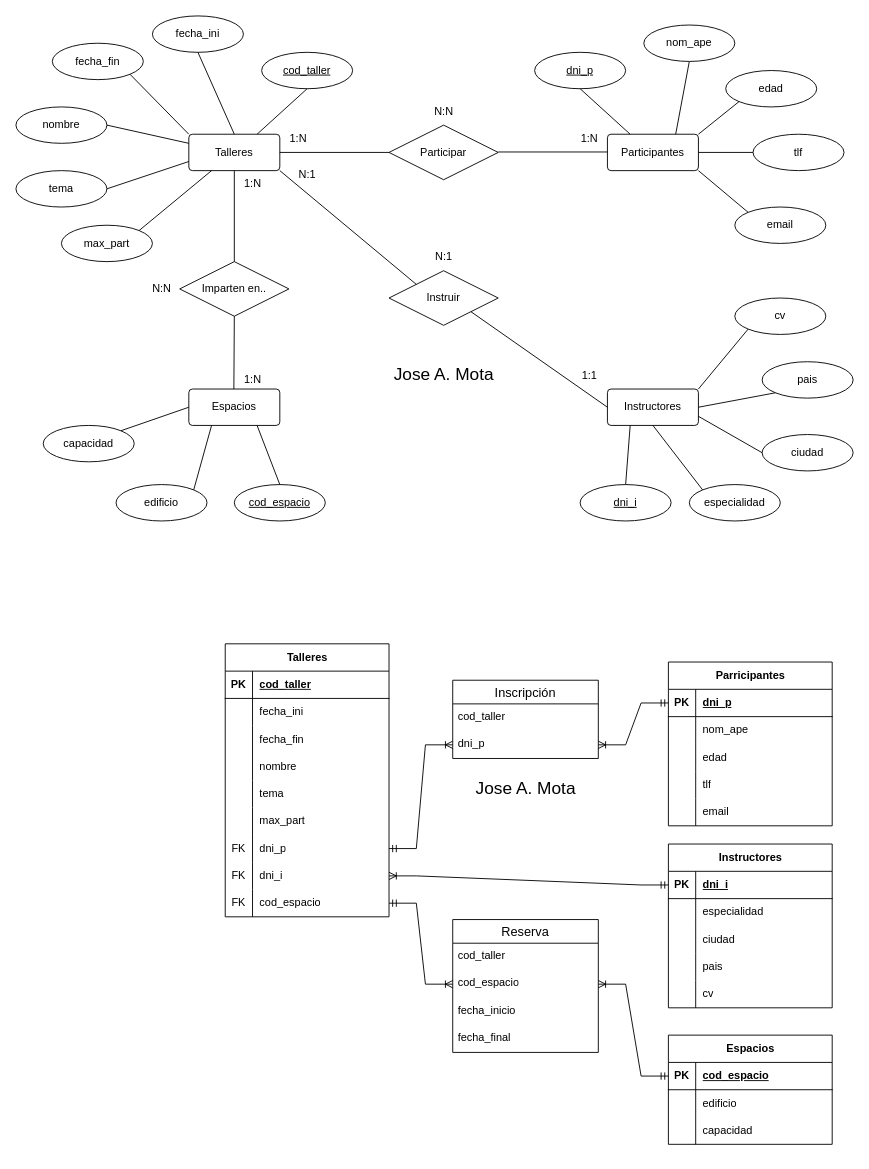
Earlier version of the draw.io diagram Diagrama sin título.drawio (Mokius02/basesdedatos). Source tidied: cells renumbered, new cells numbered last; positions are measured from the earlier drawing's top-left corner, leaving out a move shared by most shapes. Both pictures are drawn from the tidied source at 91%, with x=0, y=0 at pixel (15, 15).
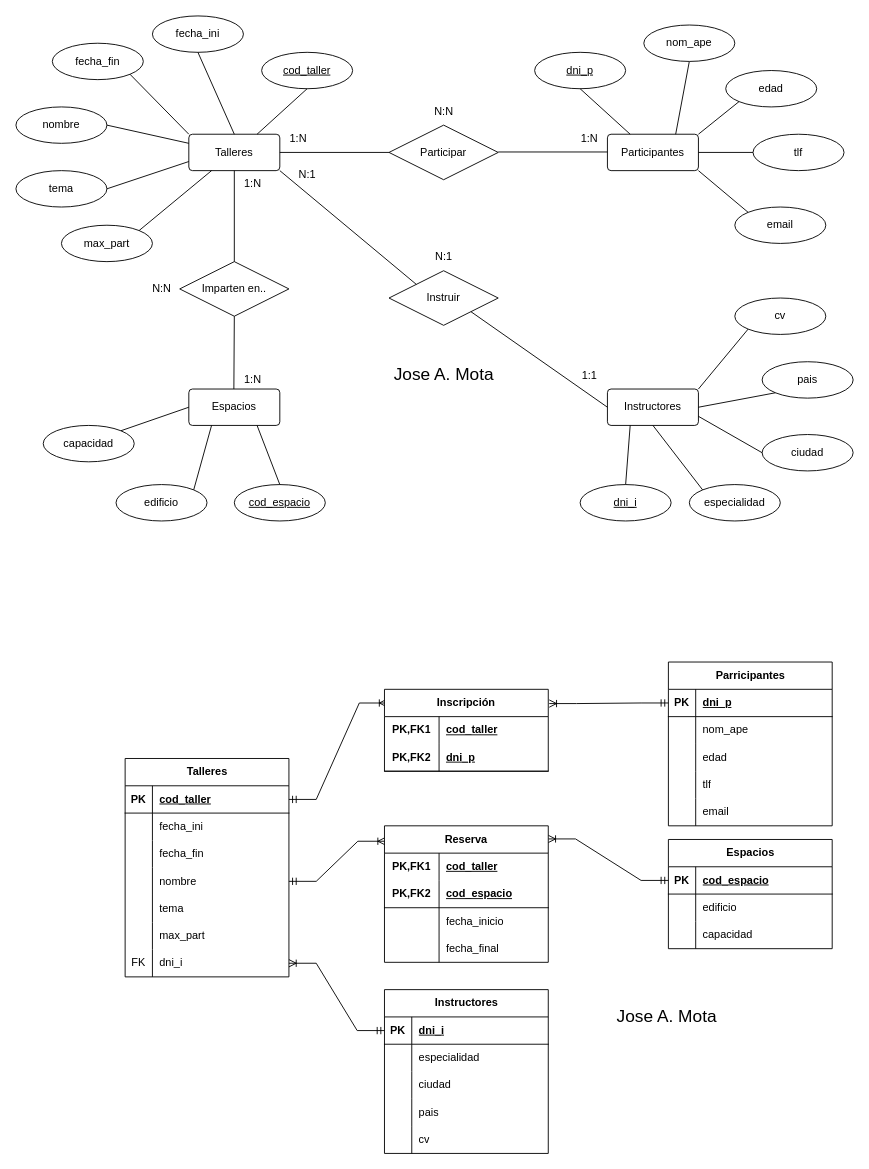
Above is the later version.

The change refers to these unchanged cells:
```xml
<mxCell id="63" style="shape=tableRow;horizontal=0;startSize=0;swimlaneHead=0;swimlaneBody=0;fillColor=none;points=[[0,0.5],[1,0.5]];portConstraint=eastwest;top=0;left=0;right=0;bottom=1;" parent="62" vertex="1">
  <mxGeometry y="30" width="180" height="30" as="geometry" />
</mxCell>
<mxCell id="72" style="shape=tableRow;horizontal=0;startSize=0;swimlaneHead=0;swimlaneBody=0;fillColor=none;points=[[0,0.5],[1,0.5]];portConstraint=eastwest;top=0;left=0;right=0;bottom=0;" parent="62" vertex="1">
  <mxGeometry y="120" width="180" height="30" as="geometry" />
</mxCell>
<mxCell id="91" style="shape=tableRow;horizontal=0;startSize=0;swimlaneHead=0;swimlaneBody=0;fillColor=none;points=[[0,0.5],[1,0.5]];portConstraint=eastwest;top=0;left=0;right=0;bottom=1;" parent="90" vertex="1">
  <mxGeometry y="30" width="180" height="30" as="geometry" />
</mxCell>
<mxCell id="123" style="shape=tableRow;horizontal=0;startSize=0;swimlaneHead=0;swimlaneBody=0;fillColor=none;points=[[0,0.5],[1,0.5]];portConstraint=eastwest;top=0;left=0;right=0;bottom=1;" parent="122" vertex="1">
  <mxGeometry y="30" width="180" height="30" as="geometry" />
</mxCell>
```

The edit, as a diff of the source:
```diff
@@
     <mxCell id="62" value="Talleres" style="shape=table;startSize=30;childLayout=tableLayout;rowLines=0;fontStyle=1;align=center;html=1;" parent="1" vertex="1">
-      <mxGeometry x="230" y="690" width="180" height="300" as="geometry" />
+      <mxGeometry x="120" y="816" width="180" height="240" as="geometry" />
     </mxCell>
@@
-    <mxCell id="81" style="shape=tableRow;horizontal=0;startSize=0;swimlaneHead=0;swimlaneBody=0;fillColor=none;points=[[0,0.5],[1,0.5]];portConstraint=eastwest;top=0;left=0;right=0;bottom=0;" parent="62" vertex="1">
-      <mxGeometry y="210" width="180" height="30" as="geometry" />
-    </mxCell>
-    <mxCell id="82" value="FK" style="shape=partialRectangle;fillColor=none;top=0;left=0;bottom=0;right=0;overflow=hidden;whiteSpace=wrap;html=1;" parent="81" vertex="1">
-      <mxGeometry width="30" height="30" as="geometry" />
-    </mxCell>
-    <mxCell id="83" value="dni_p" style="shape=partialRectangle;fillColor=none;top=0;left=0;bottom=0;right=0;align=left;spacingLeft=6;overflow=hidden;whiteSpace=wrap;html=1;" parent="81" vertex="1">
-      <mxGeometry x="30" width="150" height="30" as="geometry" />
-    </mxCell>
     <mxCell id="84" style="shape=tableRow;horizontal=0;startSize=0;swimlaneHead=0;swimlaneBody=0;fillColor=none;points=[[0,0.5],[1,0.5]];portConstraint=eastwest;top=0;left=0;right=0;bottom=0;" parent="62" vertex="1">
-      <mxGeometry y="240" width="180" height="30" as="geometry" />
+      <mxGeometry y="210" width="180" height="30" as="geometry" />
     </mxCell>
@@
-    <mxCell id="87" style="shape=tableRow;horizontal=0;startSize=0;swimlaneHead=0;swimlaneBody=0;fillColor=none;points=[[0,0.5],[1,0.5]];portConstraint=eastwest;top=0;left=0;right=0;bottom=0;" parent="62" vertex="1">
-      <mxGeometry y="270" width="180" height="30" as="geometry" />
-    </mxCell>
-    <mxCell id="88" value="FK" style="shape=partialRectangle;fillColor=none;top=0;left=0;bottom=0;right=0;overflow=hidden;whiteSpace=wrap;html=1;" parent="87" vertex="1">
-      <mxGeometry width="30" height="30" as="geometry" />
-    </mxCell>
-    <mxCell id="89" value="cod_espacio" style="shape=partialRectangle;fillColor=none;top=0;left=0;bottom=0;right=0;align=left;spacingLeft=6;overflow=hidden;whiteSpace=wrap;html=1;" parent="87" vertex="1">
-      <mxGeometry x="30" width="150" height="30" as="geometry" />
-    </mxCell>
@@
     <mxCell id="106" value="Instructores" style="shape=table;startSize=30;childLayout=tableLayout;rowLines=0;fontStyle=1;align=center;html=1;" parent="1" vertex="1">
-      <mxGeometry x="717" y="910" width="180" height="180" as="geometry" />
+      <mxGeometry x="405" y="1070" width="180" height="180" as="geometry" />
     </mxCell>
@@
     <mxCell id="122" value="Espacios" style="shape=table;startSize=30;childLayout=tableLayout;rowLines=0;fontStyle=1;align=center;html=1;" parent="1" vertex="1">
-      <mxGeometry x="717" y="1120" width="180" height="120" as="geometry" />
+      <mxGeometry x="717" y="905" width="180" height="120" as="geometry" />
     </mxCell>
@@
     <mxCell id="134" value="&lt;font style=&quot;font-size: 19px;&quot;&gt;Jose A. Mota&lt;/font&gt;" style="text;html=1;align=center;verticalAlign=middle;strokeColor=none;fillColor=none;" parent="1" vertex="1">
-      <mxGeometry x="495" y="830" width="130" height="40" as="geometry" />
+      <mxGeometry x="650" y="1080" width="130" height="40" as="geometry" />
     </mxCell>
-    <mxCell id="135" value="Inscripción" style="swimlane;fontStyle=0;horizontal=1;startSize=26;align=center;fontSize=14;" parent="1" vertex="1">
-      <mxGeometry x="480" y="730" width="160" height="86" as="geometry" />
-    </mxCell>
-    <mxCell id="136" value="cod_taller" style="text;strokeColor=none;fillColor=none;spacingLeft=4;spacingRight=4;overflow=hidden;fontSize=12;whiteSpace=wrap;html=1;" parent="135" vertex="1">
-      <mxGeometry y="26" width="160" height="30" as="geometry" />
-    </mxCell>
-    <mxCell id="137" value="dni_p" style="text;strokeColor=none;fillColor=none;spacingLeft=4;spacingRight=4;overflow=hidden;points=[[0,0.5],[1,0.5]];portConstraint=eastwest;fontSize=12;whiteSpace=wrap;html=1;" parent="135" vertex="1">
-      <mxGeometry y="56" width="160" height="30" as="geometry" />
-    </mxCell>
-    <mxCell id="138" style="edgeStyle=entityRelationEdgeStyle;fontSize=12;html=1;endArrow=ERoneToMany;startArrow=ERmandOne;rounded=0;exitX=1;exitY=0.5;exitDx=0;exitDy=0;entryX=0;entryY=0.5;entryDx=0;entryDy=0;" parent="1" edge="1" source="81" target="137">
+    <mxCell id="138" style="edgeStyle=entityRelationEdgeStyle;fontSize=12;html=1;endArrow=ERoneToMany;startArrow=ERmandOne;rounded=0;exitX=1;exitY=0.5;exitDx=0;exitDy=0;entryX=0.013;entryY=0.167;entryDx=0;entryDy=0;entryPerimeter=0;" parent="1" edge="1" source="63" target="135">
       <mxGeometry relative="1" as="geometry" />
     </mxCell>
-    <mxCell id="139" style="edgeStyle=entityRelationEdgeStyle;fontSize=12;html=1;endArrow=ERoneToMany;startArrow=ERmandOne;rounded=0;exitX=0;exitY=0.5;exitDx=0;exitDy=0;entryX=1;entryY=0.5;entryDx=0;entryDy=0;" parent="1" edge="1" source="91" target="137">
+    <mxCell id="139" style="edgeStyle=entityRelationEdgeStyle;fontSize=12;html=1;endArrow=ERoneToMany;startArrow=ERmandOne;rounded=0;exitX=0;exitY=0.5;exitDx=0;exitDy=0;entryX=1.006;entryY=0.174;entryDx=0;entryDy=0;entryPerimeter=0;" parent="1" edge="1" source="91" target="135">
       <mxGeometry relative="1" as="geometry" />
     </mxCell>
-    <mxCell id="140" value="Reserva" style="swimlane;fontStyle=0;horizontal=1;startSize=26;align=center;fontSize=14;" parent="1" vertex="1">
-      <mxGeometry x="480" y="993" width="160" height="146" as="geometry" />
-    </mxCell>
-    <mxCell id="141" value="cod_taller" style="text;strokeColor=none;fillColor=none;spacingLeft=4;spacingRight=4;overflow=hidden;fontSize=12;whiteSpace=wrap;html=1;" parent="140" vertex="1">
-      <mxGeometry y="26" width="160" height="30" as="geometry" />
-    </mxCell>
-    <mxCell id="142" value="cod_espacio" style="text;strokeColor=none;fillColor=none;spacingLeft=4;spacingRight=4;overflow=hidden;points=[[0,0.5],[1,0.5]];portConstraint=eastwest;fontSize=12;whiteSpace=wrap;html=1;" parent="140" vertex="1">
-      <mxGeometry y="56" width="160" height="30" as="geometry" />
-    </mxCell>
-    <mxCell id="143" value="fecha_inicio" style="text;strokeColor=none;fillColor=none;spacingLeft=4;spacingRight=4;overflow=hidden;fontSize=12;whiteSpace=wrap;html=1;" parent="140" vertex="1">
-      <mxGeometry y="86" width="160" height="30" as="geometry" />
-    </mxCell>
-    <mxCell id="144" value="fecha_final" style="text;strokeColor=none;fillColor=none;spacingLeft=4;spacingRight=4;overflow=hidden;fontSize=12;whiteSpace=wrap;html=1;" parent="140" vertex="1">
-      <mxGeometry y="116" width="160" height="30" as="geometry" />
-    </mxCell>
-    <mxCell id="145" style="edgeStyle=entityRelationEdgeStyle;fontSize=12;html=1;endArrow=ERoneToMany;startArrow=ERmandOne;rounded=0;exitX=0;exitY=0.5;exitDx=0;exitDy=0;entryX=1;entryY=0.5;entryDx=0;entryDy=0;" parent="1" edge="1" source="123" target="142">
+    <mxCell id="145" style="edgeStyle=entityRelationEdgeStyle;fontSize=12;html=1;endArrow=ERoneToMany;startArrow=ERmandOne;rounded=0;exitX=0;exitY=0.5;exitDx=0;exitDy=0;entryX=1;entryY=0.096;entryDx=0;entryDy=0;entryPerimeter=0;" parent="1" edge="1" source="123" target="140">
       <mxGeometry relative="1" as="geometry" />
     </mxCell>
-    <mxCell id="146" style="edgeStyle=entityRelationEdgeStyle;fontSize=12;html=1;endArrow=ERoneToMany;startArrow=ERmandOne;rounded=0;exitX=1;exitY=0.5;exitDx=0;exitDy=0;entryX=0;entryY=0.5;entryDx=0;entryDy=0;" parent="1" edge="1" source="87" target="142">
+    <mxCell id="146" style="edgeStyle=entityRelationEdgeStyle;fontSize=12;html=1;endArrow=ERoneToMany;startArrow=ERmandOne;rounded=0;exitX=1;exitY=0.5;exitDx=0;exitDy=0;entryX=0.004;entryY=0.113;entryDx=0;entryDy=0;entryPerimeter=0;" parent="1" edge="1" source="72" target="140">
       <mxGeometry relative="1" as="geometry" />
     </mxCell>
+    <mxCell id="135" value="Inscripción" style="shape=table;startSize=30;childLayout=tableLayout;rowLines=0;fontStyle=1;align=center;html=1;whiteSpace=wrap;" parent="1" vertex="1">
+      <mxGeometry x="405" y="740" width="180" height="90" as="geometry" />
+    </mxCell>
+    <mxCell id="147" style="shape=tableRow;horizontal=0;startSize=0;swimlaneHead=0;swimlaneBody=0;fillColor=none;top=0;left=0;right=0;bottom=0;html=1;" parent="135" vertex="1">
+      <mxGeometry y="30" width="180" height="30" as="geometry" />
+    </mxCell>
+    <mxCell id="148" value="PK,FK1" style="shape=partialRectangle;fillColor=none;top=0;left=0;bottom=0;right=0;fontStyle=1;overflow=hidden;html=1;whiteSpace=wrap;" parent="147" vertex="1">
+      <mxGeometry width="60" height="30" as="geometry" />
+    </mxCell>
+    <mxCell id="149" value="cod_taller" style="shape=partialRectangle;fillColor=none;top=0;left=0;bottom=0;right=0;align=left;spacingLeft=6;fontStyle=5;overflow=hidden;html=1;whiteSpace=wrap;" parent="147" vertex="1">
+      <mxGeometry x="60" width="120" height="30" as="geometry" />
+    </mxCell>
+    <mxCell id="150" style="shape=tableRow;horizontal=0;startSize=0;swimlaneHead=0;swimlaneBody=0;fillColor=none;top=0;left=0;right=0;bottom=1;html=1;" parent="135" vertex="1">
+      <mxGeometry y="60" width="180" height="30" as="geometry" />
+    </mxCell>
+    <mxCell id="151" value="PK,FK2" style="shape=partialRectangle;fillColor=none;top=0;left=0;bottom=0;right=0;fontStyle=1;overflow=hidden;html=1;whiteSpace=wrap;" parent="150" vertex="1">
+      <mxGeometry width="60" height="30" as="geometry" />
+    </mxCell>
+    <mxCell id="152" value="dni_p" style="shape=partialRectangle;fillColor=none;top=0;left=0;bottom=0;right=0;align=left;spacingLeft=6;fontStyle=5;overflow=hidden;html=1;whiteSpace=wrap;" parent="150" vertex="1">
+      <mxGeometry x="60" width="120" height="30" as="geometry" />
+    </mxCell>
+    <mxCell id="140" value="Reserva" style="shape=table;startSize=30;childLayout=tableLayout;rowLines=0;fontStyle=1;align=center;html=1;whiteSpace=wrap;" parent="1" vertex="1">
+      <mxGeometry x="405" y="890" width="180" height="150" as="geometry" />
+    </mxCell>
+    <mxCell id="153" style="shape=tableRow;horizontal=0;startSize=0;swimlaneHead=0;swimlaneBody=0;fillColor=none;top=0;left=0;right=0;bottom=0;html=1;" parent="140" vertex="1">
+      <mxGeometry y="30" width="180" height="30" as="geometry" />
+    </mxCell>
+    <mxCell id="154" value="PK,FK1" style="shape=partialRectangle;fillColor=none;top=0;left=0;bottom=0;right=0;fontStyle=1;overflow=hidden;html=1;whiteSpace=wrap;" parent="153" vertex="1">
+      <mxGeometry width="60" height="30" as="geometry" />
+    </mxCell>
+    <mxCell id="155" value="cod_taller" style="shape=partialRectangle;fillColor=none;top=0;left=0;bottom=0;right=0;align=left;spacingLeft=6;fontStyle=5;overflow=hidden;html=1;whiteSpace=wrap;" parent="153" vertex="1">
+      <mxGeometry x="60" width="120" height="30" as="geometry" />
+    </mxCell>
+    <mxCell id="156" style="shape=tableRow;horizontal=0;startSize=0;swimlaneHead=0;swimlaneBody=0;fillColor=none;top=0;left=0;right=0;bottom=1;html=1;" parent="140" vertex="1">
+      <mxGeometry y="60" width="180" height="30" as="geometry" />
+    </mxCell>
+    <mxCell id="157" value="PK,FK2" style="shape=partialRectangle;fillColor=none;top=0;left=0;bottom=0;right=0;fontStyle=1;overflow=hidden;html=1;whiteSpace=wrap;" parent="156" vertex="1">
+      <mxGeometry width="60" height="30" as="geometry" />
+    </mxCell>
+    <mxCell id="158" value="cod_espacio" style="shape=partialRectangle;fillColor=none;top=0;left=0;bottom=0;right=0;align=left;spacingLeft=6;fontStyle=5;overflow=hidden;html=1;whiteSpace=wrap;" parent="156" vertex="1">
+      <mxGeometry x="60" width="120" height="30" as="geometry" />
+    </mxCell>
+    <mxCell id="159" style="shape=tableRow;horizontal=0;startSize=0;swimlaneHead=0;swimlaneBody=0;fillColor=none;top=0;left=0;right=0;bottom=0;html=1;" parent="140" vertex="1">
+      <mxGeometry y="90" width="180" height="30" as="geometry" />
+    </mxCell>
+    <mxCell id="160" style="shape=partialRectangle;fillColor=none;top=0;left=0;bottom=0;right=0;overflow=hidden;html=1;whiteSpace=wrap;" parent="159" vertex="1">
+      <mxGeometry width="60" height="30" as="geometry" />
+    </mxCell>
+    <mxCell id="143" value="fecha_inicio" style="shape=partialRectangle;fillColor=none;top=0;left=0;bottom=0;right=0;align=left;spacingLeft=6;overflow=hidden;html=1;whiteSpace=wrap;" parent="159" vertex="1">
+      <mxGeometry x="60" width="120" height="30" as="geometry" />
+    </mxCell>
+    <mxCell id="161" style="shape=tableRow;horizontal=0;startSize=0;swimlaneHead=0;swimlaneBody=0;fillColor=none;top=0;left=0;right=0;bottom=0;html=1;" parent="140" vertex="1">
+      <mxGeometry y="120" width="180" height="30" as="geometry" />
+    </mxCell>
+    <mxCell id="162" style="shape=partialRectangle;fillColor=none;top=0;left=0;bottom=0;right=0;overflow=hidden;html=1;whiteSpace=wrap;" parent="161" vertex="1">
+      <mxGeometry width="60" height="30" as="geometry" />
+    </mxCell>
+    <mxCell id="144" value="fecha_final" style="shape=partialRectangle;fillColor=none;top=0;left=0;bottom=0;right=0;align=left;spacingLeft=6;overflow=hidden;html=1;whiteSpace=wrap;" parent="161" vertex="1">
+      <mxGeometry x="60" width="120" height="30" as="geometry" />
+    </mxCell>
```
